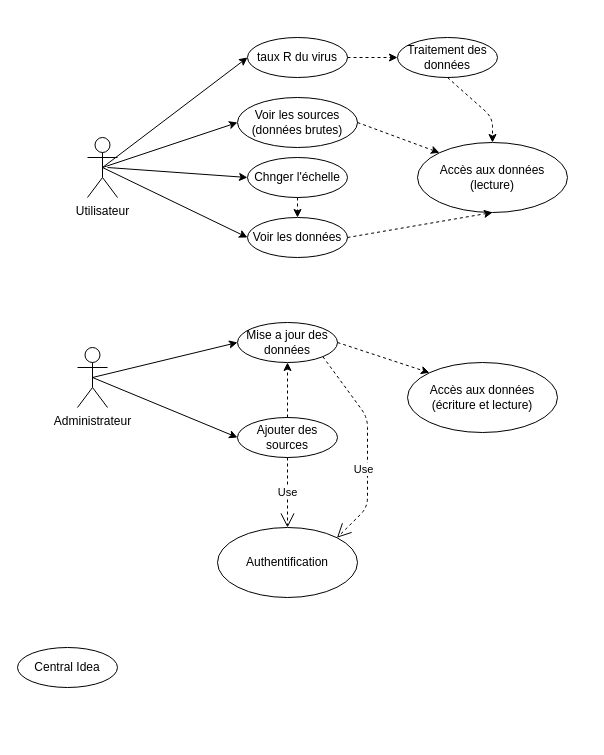
This is Use Case.drawio from albotw/CovidTracker_modelisation, a draw.io file, before an edit. Source tidied: cells renumbered, new cells numbered last; positions are measured from the earlier drawing's top-left corner, leaving out a move shared by most shapes. Both pictures are drawn from the tidied source at 100%, with x=0, y=0 at pixel (17, 37).
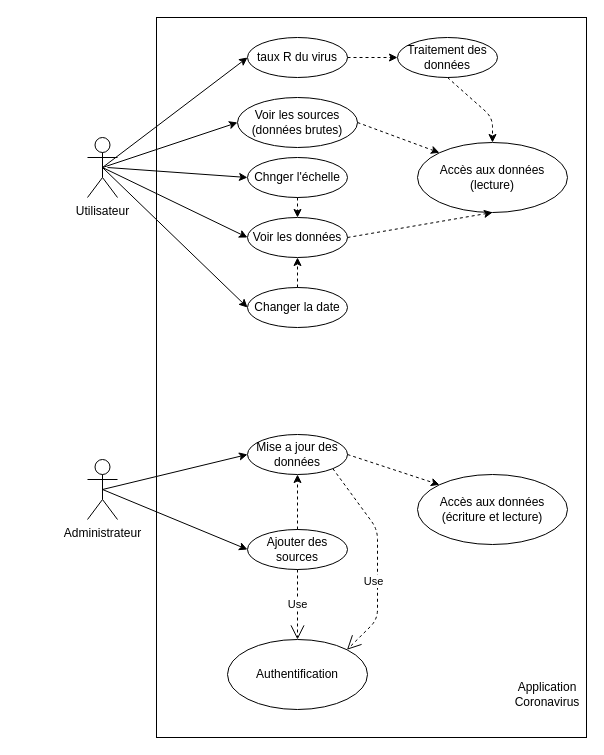
The same diagram, later.

Commit message (it also covers changes not shown here):
complétion de la DTD et modification du diagramme Use Case

The change refers to these unchanged cells:
```xml
<mxCell id="2" value="Utilisateur&lt;br&gt;" style="shape=umlActor;verticalLabelPosition=bottom;verticalAlign=top;html=1;" parent="1" vertex="1">
  <mxGeometry x="70" y="100" width="30" height="60" as="geometry" />
</mxCell>
<mxCell id="4" value="Voir les données" style="ellipse;whiteSpace=wrap;html=1;align=center;" parent="1" vertex="1">
  <mxGeometry x="230" y="180" width="100" height="40" as="geometry" />
</mxCell>
```

The edit, as a diff of the source:
```diff
@@
+    <mxCell id="30" style="rounded=0;whiteSpace=wrap;html=1;" parent="1" vertex="1">
+      <mxGeometry x="139" y="-20" width="430" height="720" as="geometry" />
+    </mxCell>
@@
     <mxCell id="3" value="Administrateur&lt;br&gt;" style="shape=umlActor;verticalLabelPosition=bottom;verticalAlign=top;html=1;" parent="1" vertex="1">
-      <mxGeometry x="60" y="310" width="30" height="60" as="geometry" />
+      <mxGeometry x="70" y="422" width="30" height="60" as="geometry" />
     </mxCell>
@@
     <mxCell id="7" value="Ajouter des sources" style="ellipse;whiteSpace=wrap;html=1;align=center;" parent="1" vertex="1">
-      <mxGeometry x="220" y="380" width="100" height="40" as="geometry" />
+      <mxGeometry x="230" y="492" width="100" height="40" as="geometry" />
     </mxCell>
     <mxCell id="8" value="Mise a jour des données" style="ellipse;whiteSpace=wrap;html=1;align=center;" parent="1" vertex="1">
-      <mxGeometry x="220" y="285" width="100" height="40" as="geometry" />
+      <mxGeometry x="230" y="397" width="100" height="40" as="geometry" />
     </mxCell>
@@
     <mxCell id="14" value="Accès aux données (écriture et lecture)" style="ellipse;whiteSpace=wrap;html=1;align=center;" parent="1" vertex="1">
-      <mxGeometry x="390" y="325" width="150" height="70" as="geometry" />
+      <mxGeometry x="400" y="437" width="150" height="70" as="geometry" />
     </mxCell>
@@
     <mxCell id="26" value="Authentification" style="ellipse;whiteSpace=wrap;html=1;" parent="1" vertex="1">
-      <mxGeometry x="200" y="490" width="140" height="70" as="geometry" />
+      <mxGeometry x="210" y="602" width="140" height="70" as="geometry" />
     </mxCell>
@@
     <mxCell id="28" value="Use" style="endArrow=open;endSize=12;dashed=1;html=1;exitX=1;exitY=1;exitDx=0;exitDy=0;entryX=1;entryY=0;entryDx=0;entryDy=0;" parent="1" edge="1" source="8" target="26">
       <mxGeometry x="0.22" y="-4" relative="1" as="geometry">
         <Array as="points">
-          <mxPoint x="350" y="380" />
-          <mxPoint x="350" y="470" />
+          <mxPoint x="360" y="492" />
+          <mxPoint x="360" y="582" />
         </Array>
       </mxGeometry>
     </mxCell>
-    <mxCell id="29" value="Central Idea" style="ellipse;whiteSpace=wrap;html=1;align=center;newEdgeStyle={&quot;edgeStyle&quot;:&quot;entityRelationEdgeStyle&quot;,&quot;startArrow&quot;:&quot;none&quot;,&quot;endArrow&quot;:&quot;none&quot;,&quot;segment&quot;:10,&quot;curved&quot;:1};" parent="1" vertex="1">
-      <mxGeometry y="610" width="100" height="40" as="geometry" />
-    </mxCell>
+    <mxCell id="31" value="Application Coronavirus" style="text;html=1;strokeColor=none;fillColor=none;align=center;verticalAlign=middle;whiteSpace=wrap;rounded=0;" parent="1" vertex="1">
+      <mxGeometry x="510" y="647" width="40" height="20" as="geometry" />
+    </mxCell>
+    <mxCell id="32" value="Changer la date" style="ellipse;whiteSpace=wrap;html=1;align=center;" parent="1" vertex="1">
+      <mxGeometry x="230" y="250" width="100" height="40" as="geometry" />
+    </mxCell>
+    <mxCell id="33" style="endArrow=classic;html=1;entryX=0;entryY=0.5;entryDx=0;entryDy=0;exitX=0.5;exitY=0.5;exitDx=0;exitDy=0;exitPerimeter=0;" parent="1" edge="1" source="2" target="32">
+      <mxGeometry relative="1" as="geometry" />
+    </mxCell>
+    <mxCell id="34" style="endArrow=classic;html=1;dashed=1;entryX=0.5;entryY=1;entryDx=0;entryDy=0;exitX=0.5;exitY=0;exitDx=0;exitDy=0;" parent="1" edge="1" source="32" target="4">
+      <mxGeometry relative="1" as="geometry" />
+    </mxCell>
```
